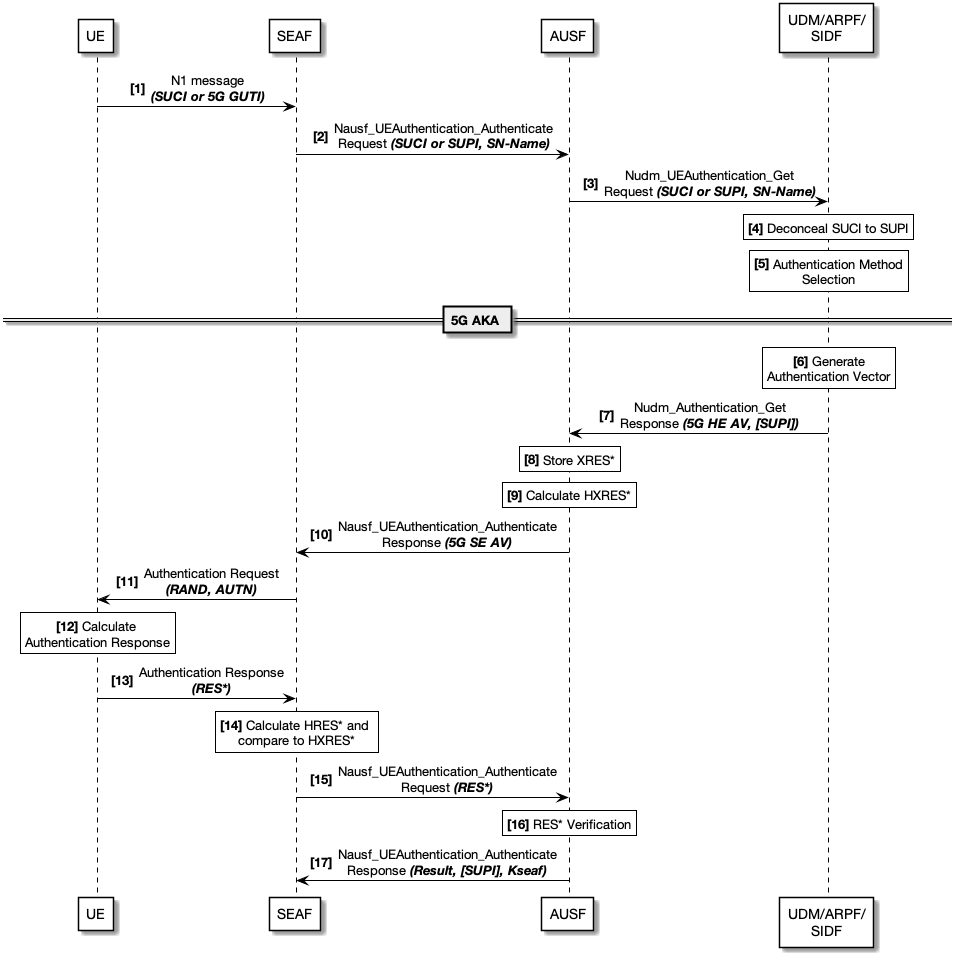
rbroesamle/5G-AKA-Protocol keeps this PlantUML diagram as Paper/uml/protocol_v1.png. Above is the earlier version.
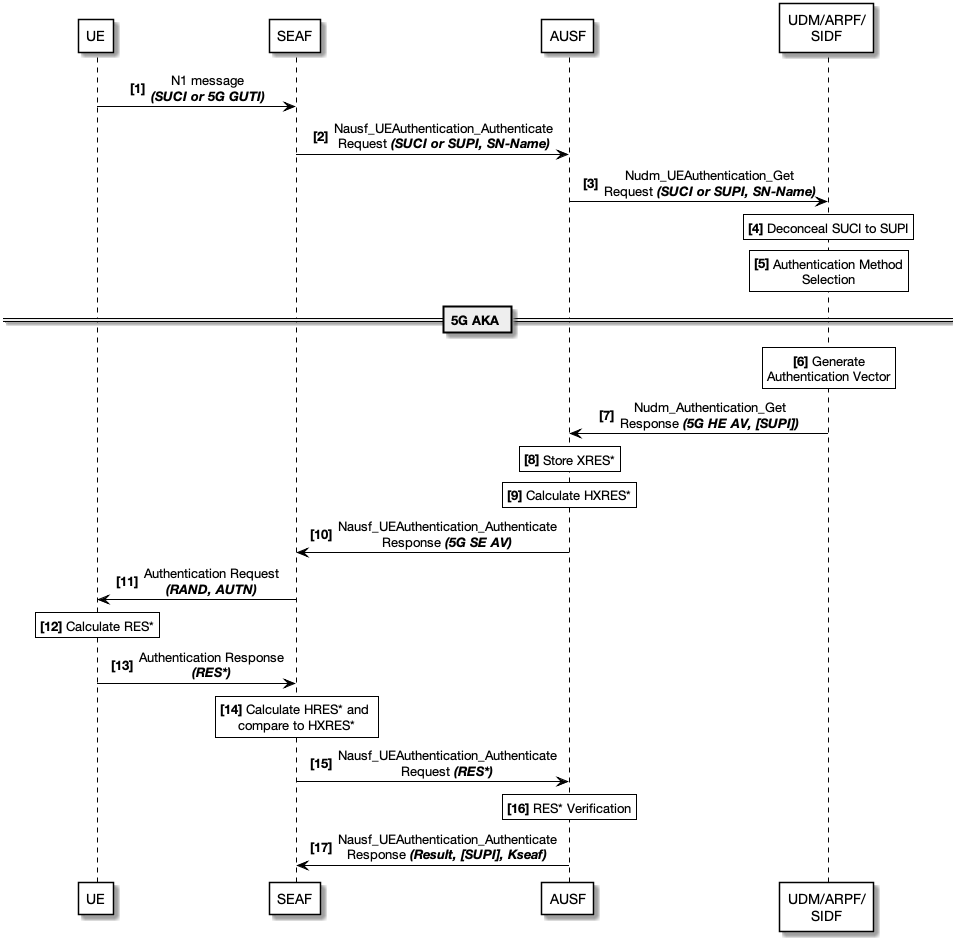
The same diagram one commit later.

What changed in the source:
```diff
@@ -66,8 +66,7 @@
 SEAF -> UE : Authentication Request\n//**(RAND, AUTN)**//
 
 rnote <<note>> over UE
-**[12]** Calculate
-Authentication Response
+**[12]** Calculate RES*
 end note
 
 autonumber 13 "<b>[0]"
```
